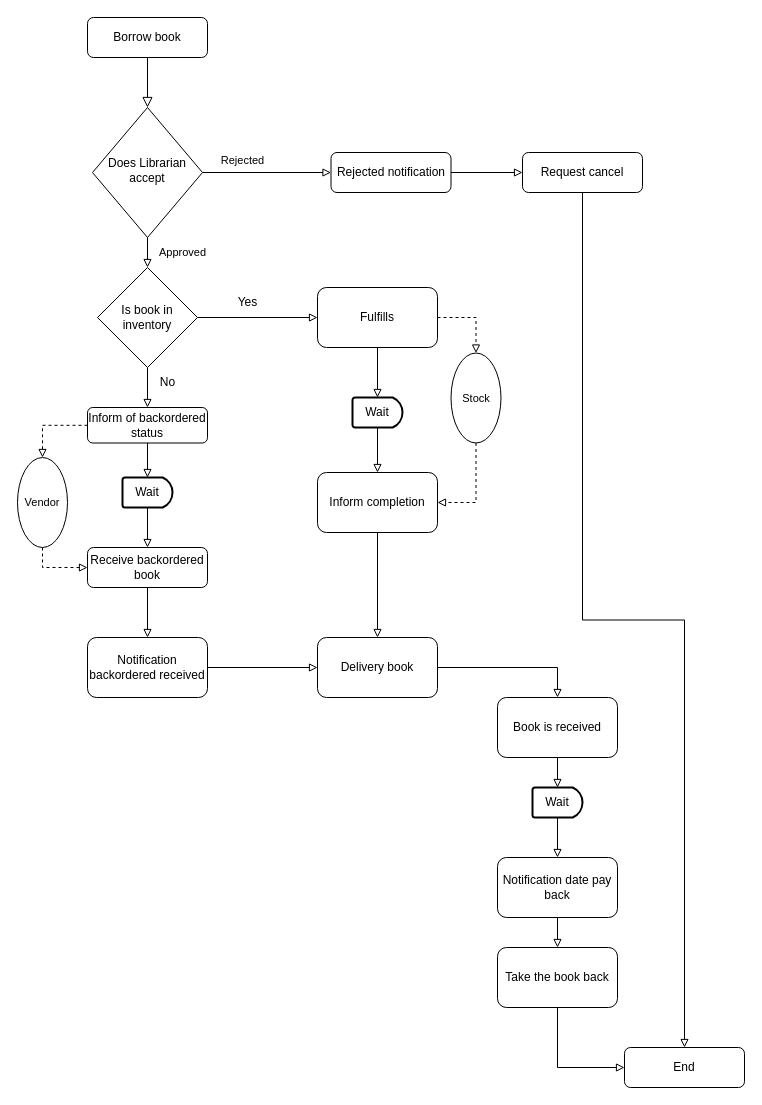
thang21022000/UseCaseFinalProject keeps this draw.io diagram as borrow-book.drawio. Above is the earlier version. Source tidied: cells renumbered, new cells numbered last; positions are measured from the earlier drawing's top-left corner, leaving out a move shared by most shapes. Both pictures are drawn from the tidied source at 100%, with x=0, y=0 at pixel (17, 17).
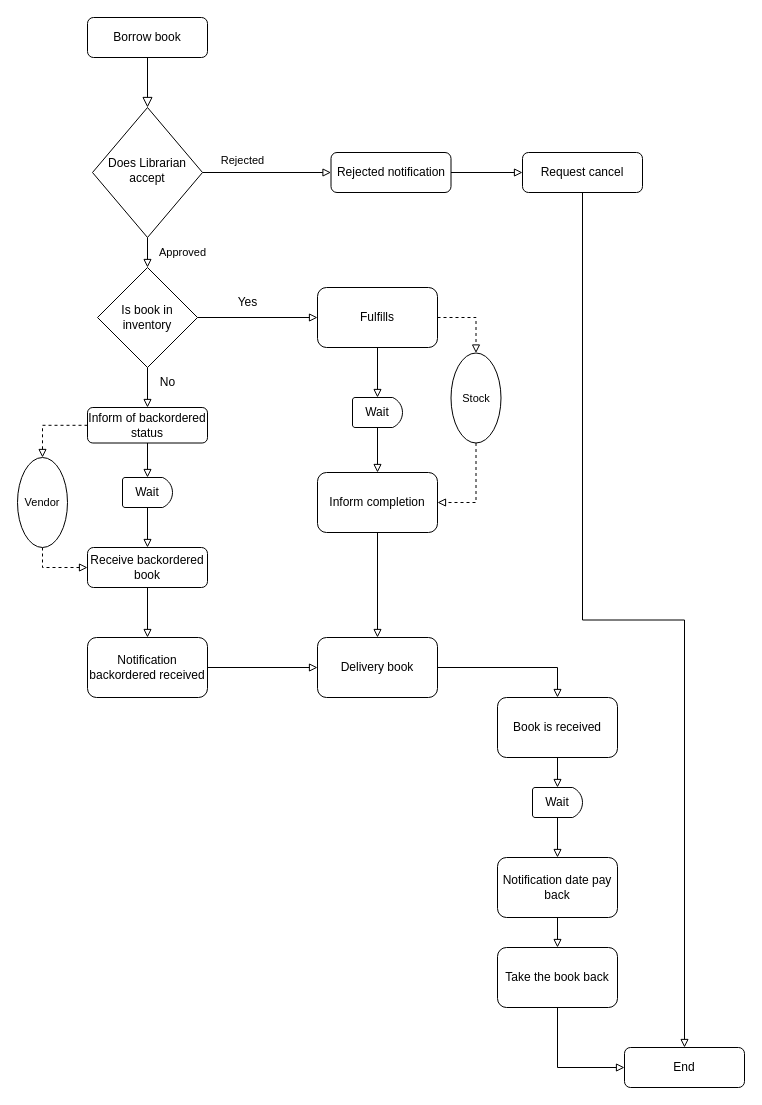
The same diagram, later.

Diff of the diagram source:
```diff
@@
-    <mxCell id="26" value="Wait" style="strokeWidth=2;html=1;shape=mxgraph.flowchart.delay;whiteSpace=wrap;" parent="1" vertex="1">
+    <mxCell id="26" value="Wait" style="strokeWidth=1;html=1;shape=mxgraph.flowchart.delay;whiteSpace=wrap;" parent="1" vertex="1">
       <mxGeometry x="105" y="460" width="50" height="30" as="geometry" />
     </mxCell>
@@
-    <mxCell id="34" value="Wait" style="strokeWidth=2;html=1;shape=mxgraph.flowchart.delay;whiteSpace=wrap;" parent="1" vertex="1">
+    <mxCell id="34" value="Wait" style="strokeWidth=1;html=1;shape=mxgraph.flowchart.delay;whiteSpace=wrap;" parent="1" vertex="1">
       <mxGeometry x="515" y="770" width="50" height="30" as="geometry" />
     </mxCell>
@@
-    <mxCell id="46" value="Wait" style="strokeWidth=2;html=1;shape=mxgraph.flowchart.delay;whiteSpace=wrap;" parent="1" vertex="1">
+    <mxCell id="46" value="Wait" style="strokeWidth=1;html=1;shape=mxgraph.flowchart.delay;whiteSpace=wrap;" parent="1" vertex="1">
       <mxGeometry x="335" y="380" width="50" height="30" as="geometry" />
     </mxCell>
```
